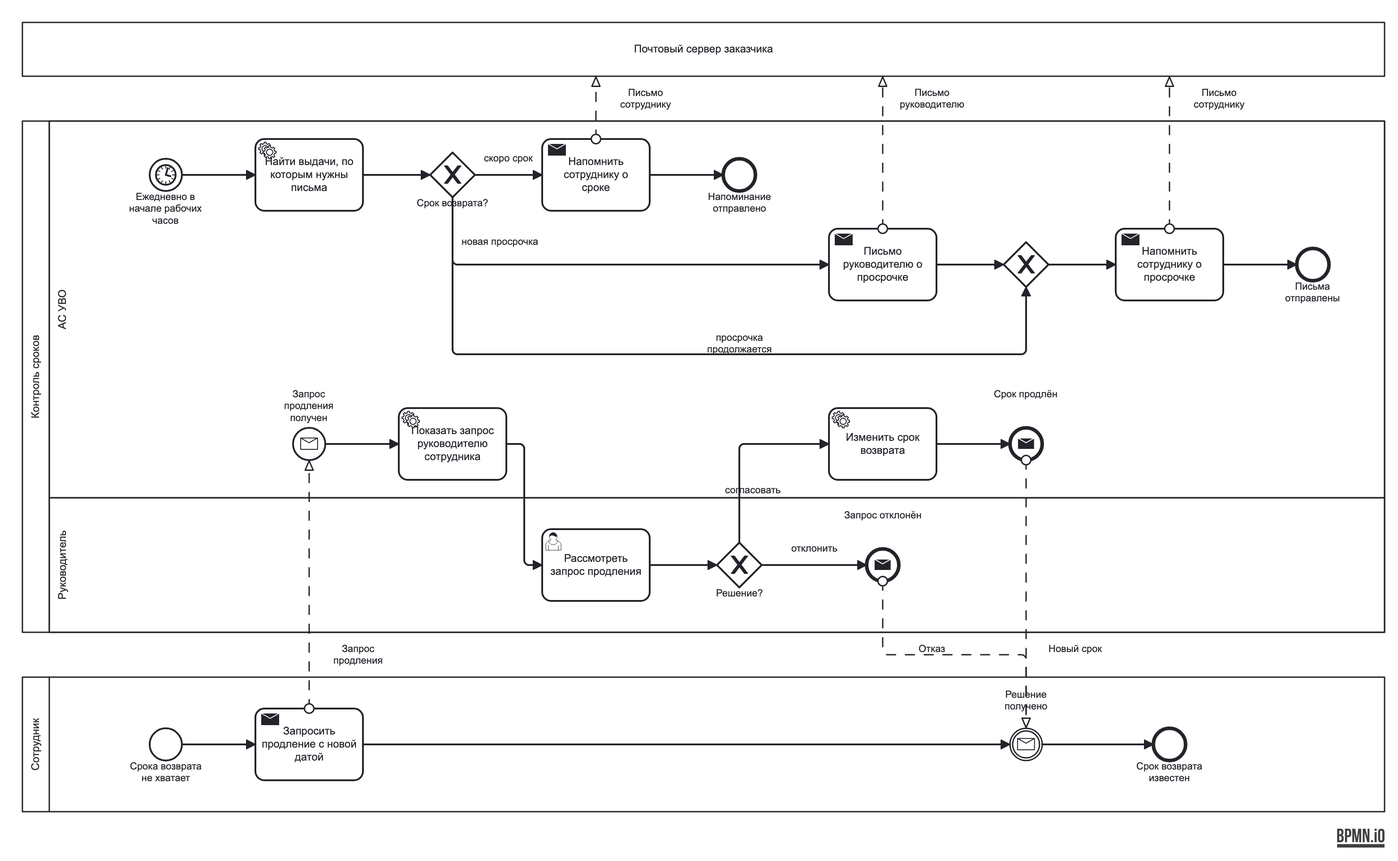
This is Lab2/docs/diagrams/images/process-deadline-control.png from Rezak159/project-management, a BPMN export, as it was before one commit. Its source is kept beside it as Lab2/docs/diagrams/process-deadline-control.bpmn. Ids are renumbered.
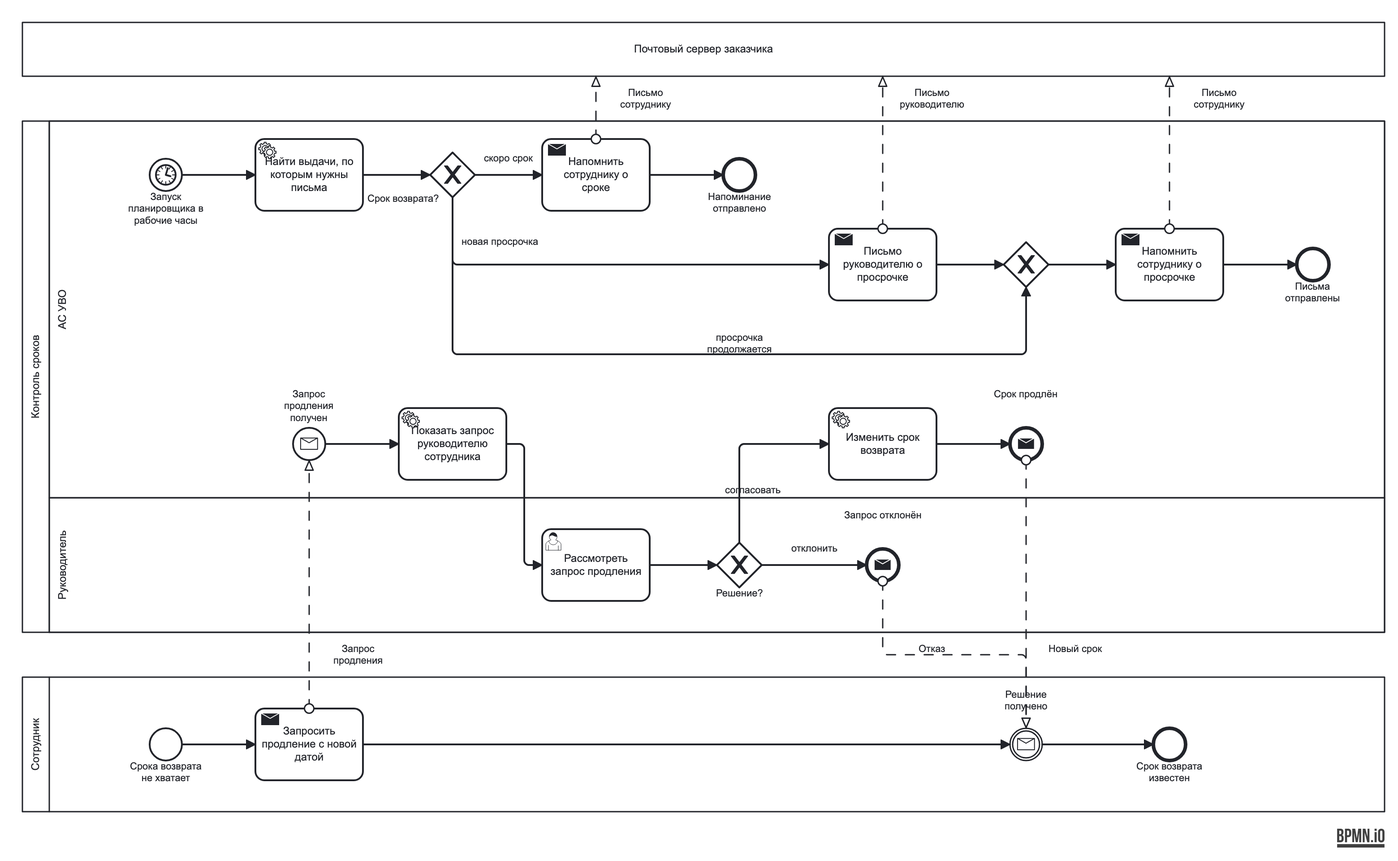
The same diagram one commit later.

Diff of the diagram source:
```diff
@@ -33,7 +33,7 @@
         <bpmn:flowNodeRef>x_rejected</bpmn:flowNodeRef>
       </bpmn:lane>
     </bpmn:laneSet>
-    <bpmn:startEvent id="t_start" name="Ежедневно в начале рабочих часов">
+    <bpmn:startEvent id="t_start" name="Запуск планировщика в рабочие часы">
       <bpmn:outgoing>Flow_t_start_t_find</bpmn:outgoing>
       <bpmn:timerEventDefinition id="t_start_def" />
     </bpmn:startEvent>
@@ -143,7 +143,7 @@
       <bpmndi:BPMNShape id="L_mgr_di" bpmnElement="L_mgr" isHorizontal="true"><dc:Bounds x="30" y="530" width="1490" height="150" /></bpmndi:BPMNShape>
       <bpmndi:BPMNShape id="t_start_di" bpmnElement="t_start"><dc:Bounds x="142" y="152" width="36" height="36" /></bpmndi:BPMNShape>
       <bpmndi:BPMNShape id="t_find_di" bpmnElement="t_find"><dc:Bounds x="260" y="130" width="120" height="80" /></bpmndi:BPMNShape>
-      <bpmndi:BPMNShape id="t_case_di" bpmnElement="t_case" isMarkerVisible="true"><dc:Bounds x="455" y="145" width="50" height="50" /></bpmndi:BPMNShape>
+      <bpmndi:BPMNShape id="t_case_di" bpmnElement="t_case" isMarkerVisible="true"><dc:Bounds x="455" y="145" width="50" height="50" /><bpmndi:BPMNLabel><dc:Bounds x="385" y="190" width="80" height="40" /></bpmndi:BPMNLabel></bpmndi:BPMNShape>
       <bpmndi:BPMNShape id="t_remind_di" bpmnElement="t_remind"><dc:Bounds x="580" y="130" width="120" height="80" /></bpmndi:BPMNShape>
       <bpmndi:BPMNShape id="t_remind_end_di" bpmnElement="t_remind_end"><dc:Bounds x="782" y="152" width="36" height="36" /></bpmndi:BPMNShape>
       <bpmndi:BPMNShape id="t_manager_di" bpmnElement="t_manager"><dc:Bounds x="900" y="230" width="120" height="80" /></bpmndi:BPMNShape>
```
